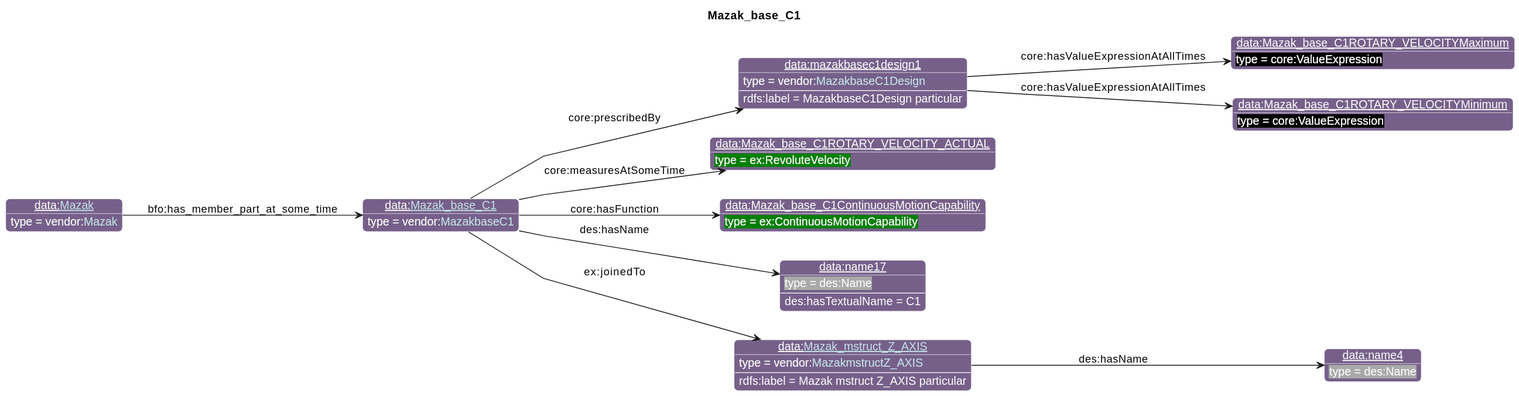
Earlier version of the PlantUML export diagrams/Mazak_base_C1.svg (iofoundry/example-syseng-mtconnect).
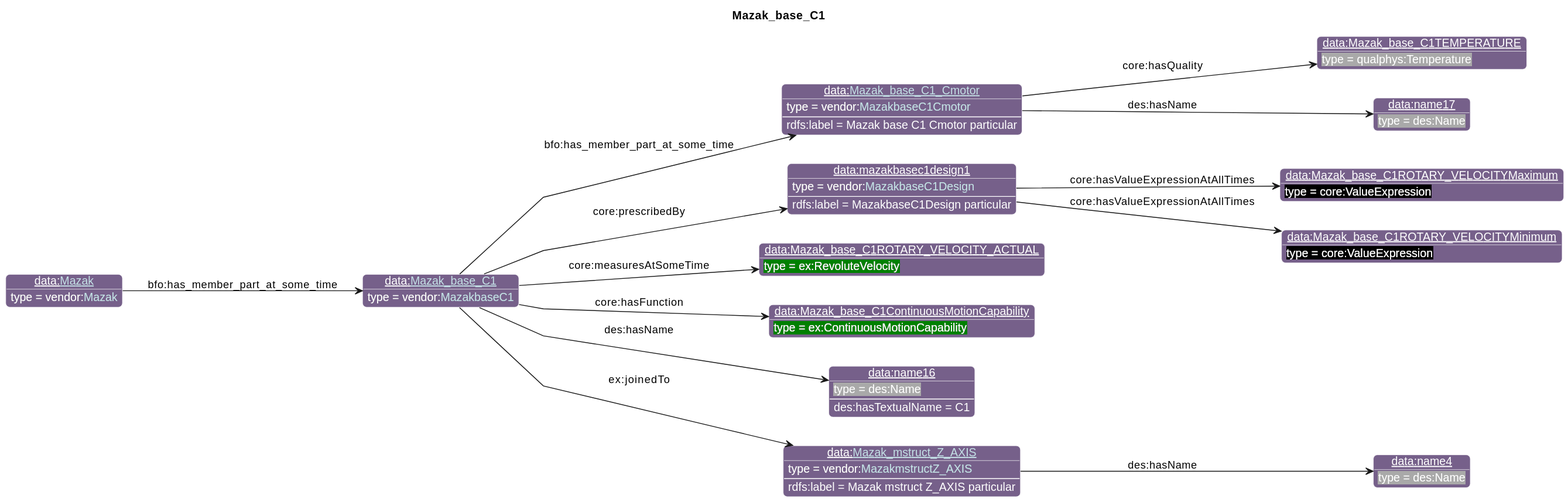
After the commit.

Diff of the diagram source:
```diff
@@ -26,25 +26,32 @@
                       "qp":"641B2E"
       }
 individual(o0, data:[[./Mazak_base_C1.html Mazak_base_C1]], vendor:[[../Mazak.html#MazakbaseC1 MazakbaseC1]])
-individual(o1, data:mazakbasec1design1, vendor:[[../Mazak.html#MazakbaseC1Design MazakbaseC1Design]])
-individual(o2, data:Mazak_base_C1ROTARY_VELOCITYMaximum, core:ValueExpression)
-individual(o3, data:Mazak_base_C1ROTARY_VELOCITYMinimum, core:ValueExpression)
-individual(o4, data:Mazak_base_C1ROTARY_VELOCITY_ACTUAL, ex:RevoluteVelocity)
-individual(o5, data:Mazak_base_C1ContinuousMotionCapability, ex:ContinuousMotionCapability)
-individual(o6, data:name17, des:Name)
-individual(o7, data:[[./Mazak_mstruct_Z_AXIS.html Mazak_mstruct_Z_AXIS]], vendor:[[../Mazak.html#MazakmstructZ_AXIS MazakmstructZ_AXIS]])
-individual(o8, data:name4, des:Name)
-individual(o9, data:[[./Mazak.html Mazak]], vendor:[[../Mazak.html#Mazak Mazak]])
-property(o0, "core:prescribedBy", o1)
-data(o1, "rdfs:label", "MazakbaseC1Design particular")
-property(o1, "core:hasValueExpressionAtAllTimes", o2)
-property(o1, "core:hasValueExpressionAtAllTimes", o3)
-property(o0, "core:measuresAtSomeTime", o4)
-property(o0, "core:hasFunction", o5)
-property(o0, "des:hasName", o6)
-data(o6, "des:hasTextualName", "C1")
-property(o0, "ex:joinedTo", o7)
-data(o7, "rdfs:label", "Mazak mstruct Z_AXIS particular")
-property(o7, "des:hasName", o8)
-property(o9, "bfo:has_member_part_at_some_time", o0)
+individual(o1, data:[[./Mazak_base_C1_Cmotor.html Mazak_base_C1_Cmotor]], vendor:[[../Mazak.html#MazakbaseC1Cmotor MazakbaseC1Cmotor]])
+individual(o2, data:Mazak_base_C1TEMPERATURE, qualphys:Temperature)
+individual(o3, data:name17, des:Name)
+individual(o4, data:mazakbasec1design1, vendor:[[../Mazak.html#MazakbaseC1Design MazakbaseC1Design]])
+individual(o5, data:Mazak_base_C1ROTARY_VELOCITYMaximum, core:ValueExpression)
+individual(o6, data:Mazak_base_C1ROTARY_VELOCITYMinimum, core:ValueExpression)
+individual(o7, data:Mazak_base_C1ROTARY_VELOCITY_ACTUAL, ex:RevoluteVelocity)
+individual(o8, data:Mazak_base_C1ContinuousMotionCapability, ex:ContinuousMotionCapability)
+individual(o9, data:name16, des:Name)
+individual(o10, data:[[./Mazak_mstruct_Z_AXIS.html Mazak_mstruct_Z_AXIS]], vendor:[[../Mazak.html#MazakmstructZ_AXIS MazakmstructZ_AXIS]])
+individual(o11, data:name4, des:Name)
+individual(o12, data:[[./Mazak.html Mazak]], vendor:[[../Mazak.html#Mazak Mazak]])
+property(o0, "bfo:has_member_part_at_some_time", o1)
+data(o1, "rdfs:label", "Mazak base C1 Cmotor particular")
+property(o1, "core:hasQuality", o2)
+property(o1, "des:hasName", o3)
+property(o0, "core:prescribedBy", o4)
+data(o4, "rdfs:label", "MazakbaseC1Design particular")
+property(o4, "core:hasValueExpressionAtAllTimes", o5)
+property(o4, "core:hasValueExpressionAtAllTimes", o6)
+property(o0, "core:measuresAtSomeTime", o7)
+property(o0, "core:hasFunction", o8)
+property(o0, "des:hasName", o9)
+data(o9, "des:hasTextualName", "C1")
+property(o0, "ex:joinedTo", o10)
+data(o10, "rdfs:label", "Mazak mstruct Z_AXIS particular")
+property(o10, "des:hasName", o11)
+property(o12, "bfo:has_member_part_at_some_time", o0)
 @enduml
```
